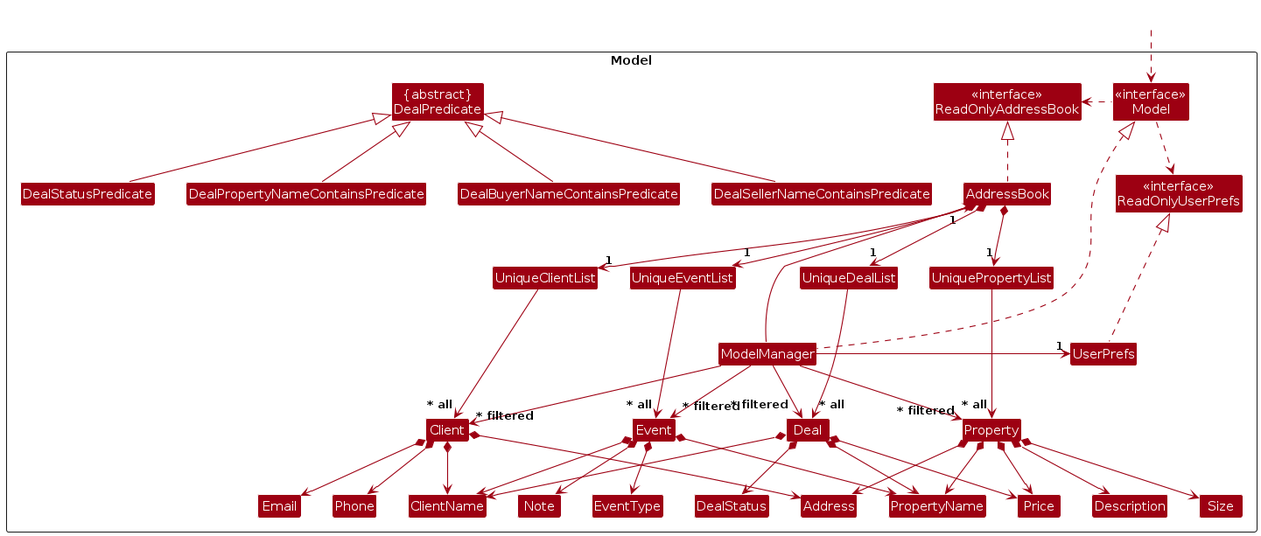
Above: diagrams/ModelClassDiagram.png in githubcsuser/tp (PlantUML), before the change. Its source is kept beside it as diagrams/ModelClassDiagram.puml.
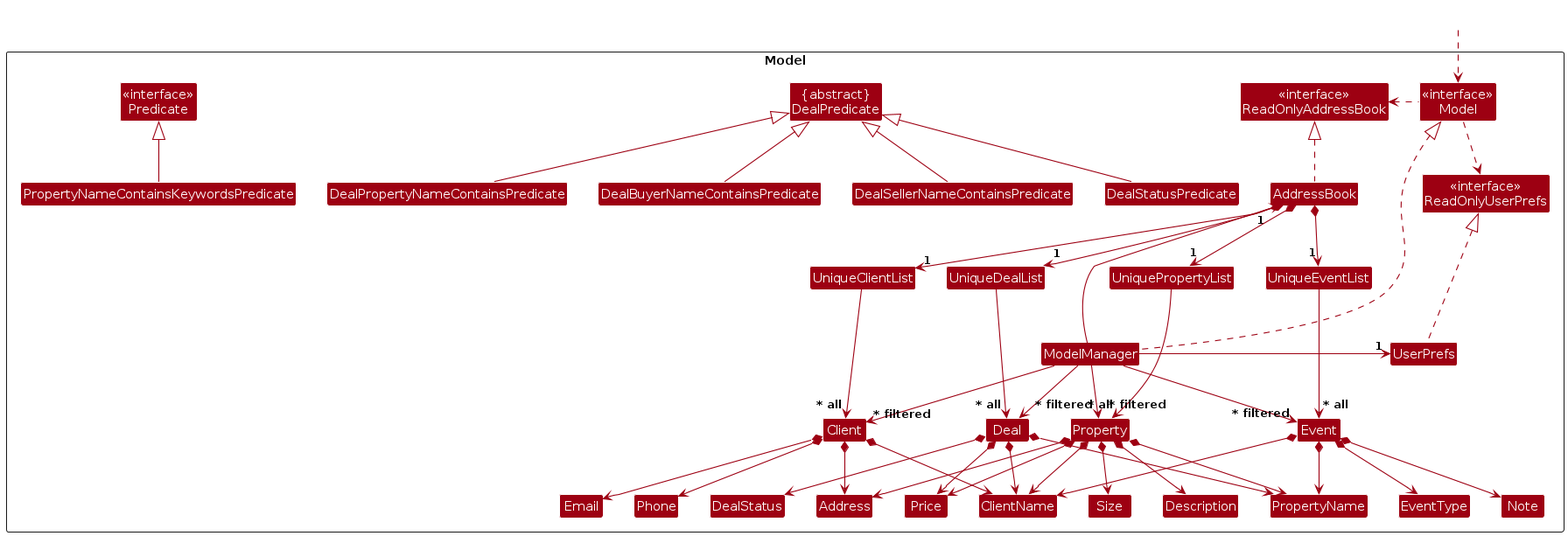
After the change.

What changed in the source:
```diff
@@ -8,8 +8,10 @@
 Class "<<interface>>\nReadOnlyAddressBook" as ReadOnlyAddressBook
 Class "<<interface>>\nReadOnlyUserPrefs" as ReadOnlyUserPrefs
 Class "<<interface>>\nModel" as Model
+Class "<<interface>>\nPredicate" as Predicate
 Class AddressBook
 Class ModelManager
+Class PropertyNameContainsKeywordsPredicate
 Class UserPrefs
 
 Class UniqueClientList
@@ -53,6 +55,7 @@
 Model .left.> ReadOnlyAddressBook
 ModelManager -left-> "1" AddressBook
 ModelManager -right-> "1" UserPrefs
+PropertyNameContainsKeywordsPredicate -up-|> Predicate
 UserPrefs .up.|> ReadOnlyUserPrefs
 
 AddressBook *--> "1" UniqueClientList
@@ -89,6 +92,7 @@
 Property *--> Price
 Property *--> Description
 Property *--> Address
+Property *--> ClientName
 
 Client -[hidden]up--> I
 UniqueClientList -[hidden]right-> I
```
